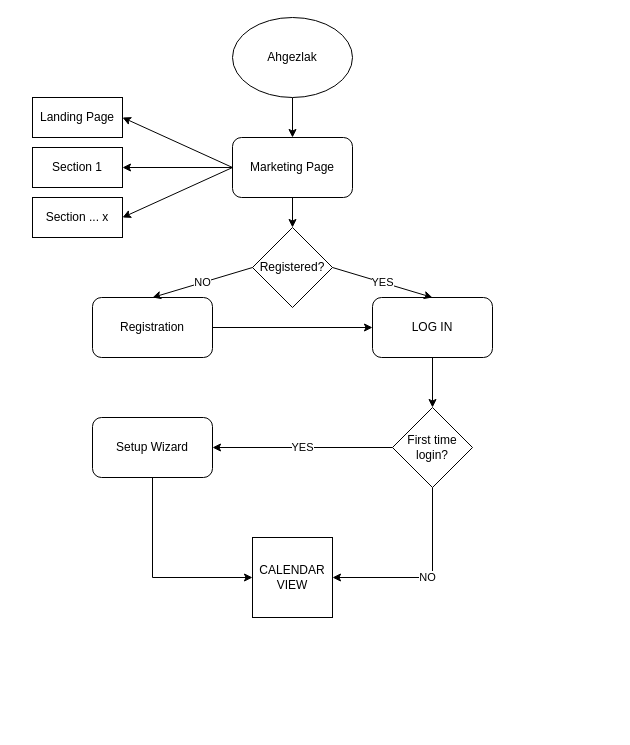
This is Untitled Diagram.drawio from rafikmw/rafikmw.github.io, a draw.io file, before an edit. Source tidied: cells renumbered, new cells numbered last; positions are measured from the earlier drawing's top-left corner, leaving out a move shared by most shapes. Both pictures are drawn from the tidied source at 100%, with x=0, y=0 at pixel (32, 17).
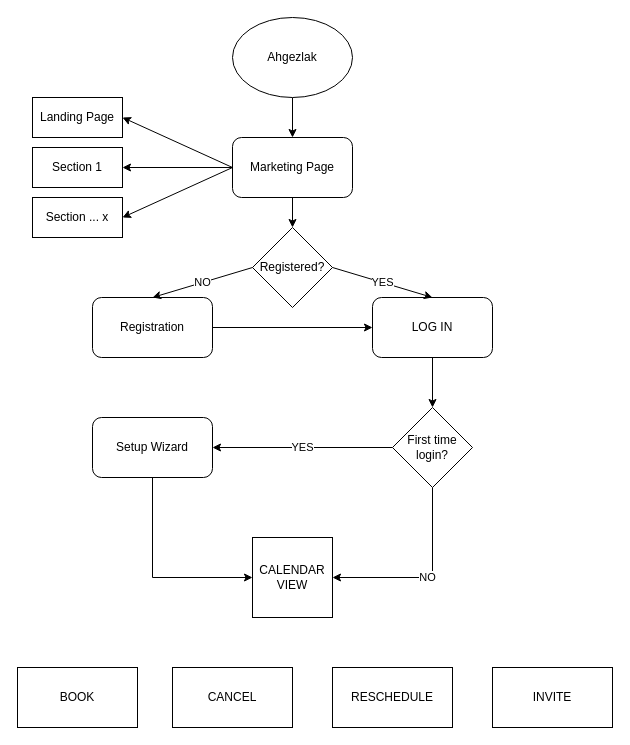
Above is the later version.

Diff of the diagram source:
```diff
@@
+    <mxCell id="25" value="BOOK" style="rounded=0;whiteSpace=wrap;html=1;" parent="1" vertex="1">
+      <mxGeometry x="-15" y="650" width="120" height="60" as="geometry" />
+    </mxCell>
+    <mxCell id="26" value="CANCEL" style="rounded=0;whiteSpace=wrap;html=1;" parent="1" vertex="1">
+      <mxGeometry x="140" y="650" width="120" height="60" as="geometry" />
+    </mxCell>
+    <mxCell id="27" value="RESCHEDULE" style="rounded=0;whiteSpace=wrap;html=1;" parent="1" vertex="1">
+      <mxGeometry x="300" y="650" width="120" height="60" as="geometry" />
+    </mxCell>
+    <mxCell id="28" value="INVITE" style="rounded=0;whiteSpace=wrap;html=1;" parent="1" vertex="1">
+      <mxGeometry x="460" y="650" width="120" height="60" as="geometry" />
+    </mxCell>
```
